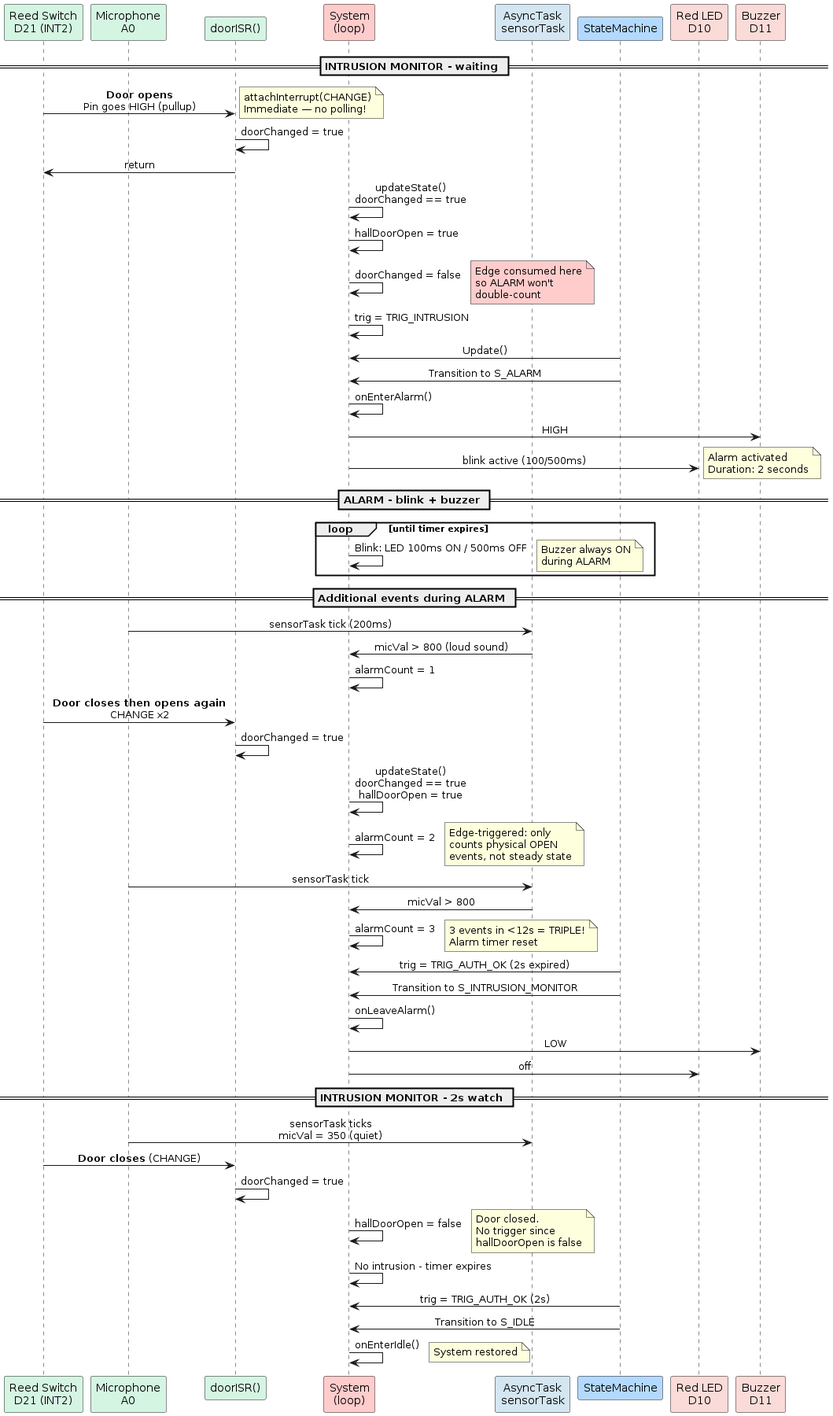
Above: docs/UML/IntrusionAlarm.png in FernandoMulato/Final-Arduino-Project (PlantUML), before the change.
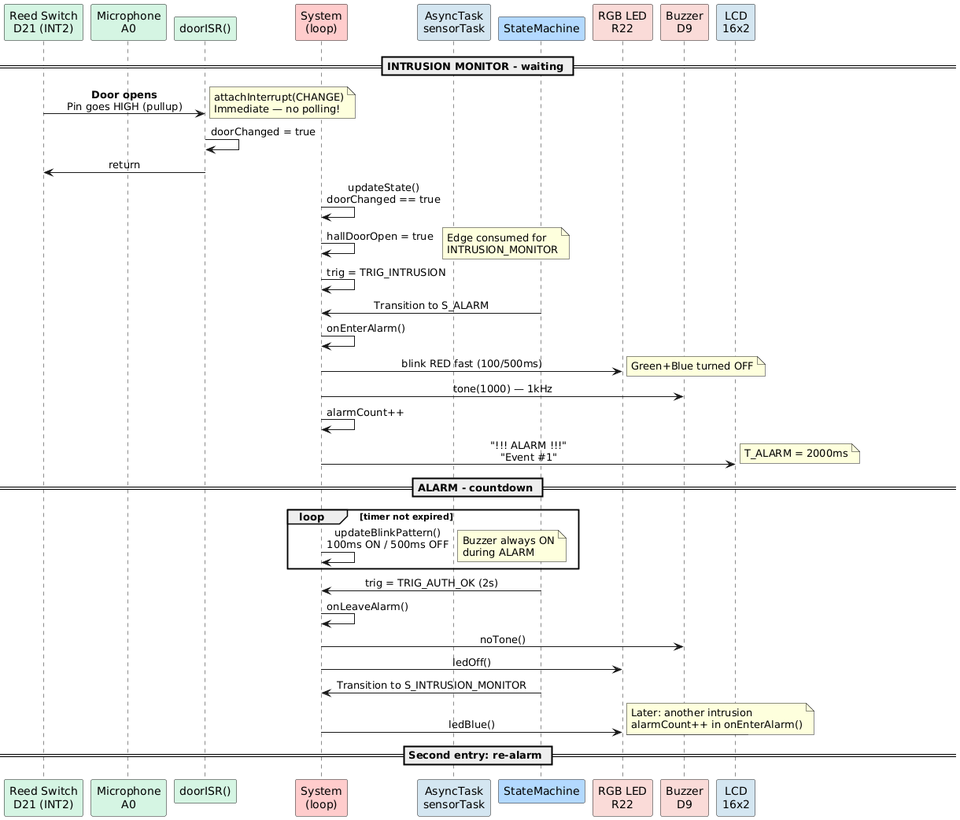
Later version of the same file.

What changed in the source:
```diff
@@ -10,11 +10,12 @@
 participant "System\n(loop)" as SYS #FFCCCC
 participant "AsyncTask\nsensorTask" as ASYNC #D4E6F1
 participant "StateMachine" as FSM #B3D9FF
-participant "Red LED\nD10" as LED #FADBD8
-participant "Buzzer\nD11" as BUZ #FADBD8
+participant "RGB LED\nR22" as RGB #FADBD8
+participant "Buzzer\nD9" as BUZ #FADBD8
+participant "LCD\n16x2" as LCD #D4E6F1
 
 == INTRUSION MONITOR - waiting ==
-note right: State S_INTRUSION_MONITOR\nLCD: "MONITOR SEC"
+note right: State S_INTRUSION_MONITOR\nLED: blue\nLCD: "MONITOR SEC"\n"Door: CLOSED"
 
 REED -> ISR: **Door opens**\nPin goes HIGH (pullup)
 note right: attachInterrupt(CHANGE)\nImmediate — no polling!
@@ -23,56 +24,35 @@
 
 SYS -> SYS: updateState()\ndoorChanged == true
 SYS -> SYS: hallDoorOpen = true
-SYS -> SYS: doorChanged = false
-note right #FFCCCC: Edge consumed here\nso ALARM won't\ndouble-count
+note right: Edge consumed for\nINTRUSION_MONITOR
 SYS -> SYS: trig = TRIG_INTRUSION
 
-FSM -> SYS: Update()
 FSM -> SYS: Transition to S_ALARM
 SYS -> SYS: onEnterAlarm()
-SYS -> BUZ: HIGH
-SYS -> LED: blink active (100/500ms)
-note right: Alarm activated\nDuration: 2 seconds
+SYS -> RGB: blink RED fast (100/500ms)
+note right: Green+Blue turned OFF
+SYS -> BUZ: tone(1000) — 1kHz
+SYS -> SYS: alarmCount++
+SYS -> LCD: "!!! ALARM !!!"\n"Event #1"
 
-== ALARM - blink + buzzer ==
-loop until timer expires
-  SYS -> SYS: Blink: LED 100ms ON / 500ms OFF
+== ALARM - countdown ==
+note right: T_ALARM = 2000ms
+
+loop timer not expired
+  SYS -> SYS: updateBlinkPattern()\n100ms ON / 500ms OFF
   note right: Buzzer always ON\nduring ALARM
 end
 
-== Additional events during ALARM ==
-MIC -> ASYNC: sensorTask tick (200ms)
-ASYNC -> SYS: micVal > 800 (loud sound)
-SYS -> SYS: alarmCount = 1
+FSM -> SYS: trig = TRIG_AUTH_OK (2s)
+SYS -> SYS: onLeaveAlarm()
+SYS -> BUZ: noTone()
+SYS -> RGB: ledOff()
 
-REED -> ISR: **Door closes then opens again**\nCHANGE x2
-ISR -> ISR: doorChanged = true
-SYS -> SYS: updateState()\ndoorChanged == true\nhallDoorOpen = true
-SYS -> SYS: alarmCount = 2
-note right: Edge-triggered: only\ncounts physical OPEN\nevents, not steady state
+FSM -> SYS: Transition to S_INTRUSION_MONITOR
+SYS -> RGB: ledBlue()
+note right: alarmCount = 1\nready for next event
 
-MIC -> ASYNC: sensorTask tick
-ASYNC -> SYS: micVal > 800
-SYS -> SYS: alarmCount = 3
-note right: 3 events in <12s = TRIPLE!\nAlarm timer reset
-
-FSM -> SYS: trig = TRIG_AUTH_OK (2s expired)
-FSM -> SYS: Transition to S_INTRUSION_MONITOR
-SYS -> SYS: onLeaveAlarm()
-SYS -> BUZ: LOW
-SYS -> LED: off
-
-== INTRUSION MONITOR - 2s watch ==
-MIC -> ASYNC: sensorTask ticks\nmicVal = 350 (quiet)
-REED -> ISR: **Door closes** (CHANGE)
-ISR -> ISR: doorChanged = true
-SYS -> SYS: hallDoorOpen = false
-note right: Door closed.\nNo trigger since\nhallDoorOpen is false
-
-SYS -> SYS: No intrusion - timer expires
-FSM -> SYS: trig = TRIG_AUTH_OK (2s)
-FSM -> SYS: Transition to S_IDLE
-SYS -> SYS: onEnterIdle()
-note right: System restored
+== Second entry: re-alarm ==
+note right: Later: another intrusion\nalarmCount++ in onEnterAlarm()
 
 @enduml
```
